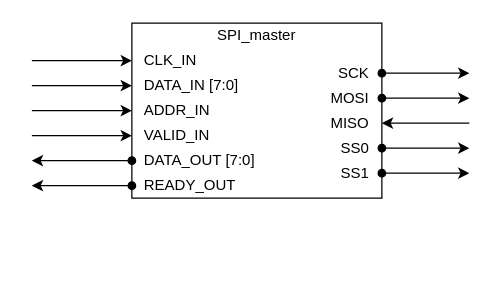
Before: SPI_master/img/SPI_master.drawio in NicolasRochaPacheco/verilog_self, a draw.io diagram. Source tidied: cells renumbered, new cells numbered last; positions are measured from the earlier drawing's top-left corner, leaving out a move shared by most shapes. Both pictures are drawn from the tidied source at 125%, with x=0, y=0 at pixel (31, 22).
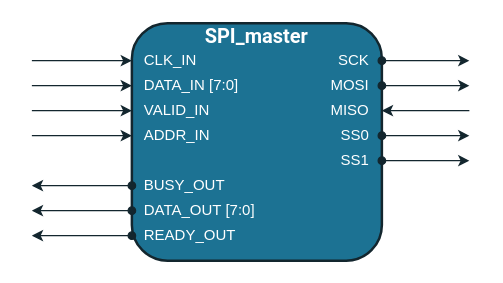
The same diagram, later.

Commit message (it also covers changes not shown here):
Changed ports definitions for block diagram

What changed in the source:
```diff
@@
-    <mxCell id="2" style="rounded=0;whiteSpace=wrap;html=1;" parent="1" vertex="1">
-      <mxGeometry x="80" width="200" height="140" as="geometry" />
+    <mxCell id="2" style="rounded=1;whiteSpace=wrap;html=1;fontFamily=Poppins;fillColor=#1C7293;strokeColor=#13262E;strokeWidth=2;" parent="1" vertex="1">
+      <mxGeometry x="80" width="200" height="190" as="geometry" />
     </mxCell>
-    <mxCell id="3" style="edgeStyle=orthogonalEdgeStyle;rounded=0;jettySize=auto;html=1;startArrow=oval;startFill=1;" parent="1" edge="1" source="19">
+    <mxCell id="3" style="edgeStyle=orthogonalEdgeStyle;rounded=0;jettySize=auto;html=1;startArrow=oval;startFill=1;jumpSize=6;strokeColor=#13262E;" parent="1" edge="1" source="19">
       <mxGeometry relative="1" as="geometry">
-        <mxPoint x="350" y="40" as="targetPoint" />
+        <mxPoint x="350" y="30" as="targetPoint" />
       </mxGeometry>
     </mxCell>
-    <mxCell id="4" style="edgeStyle=orthogonalEdgeStyle;rounded=0;jettySize=auto;html=1;startArrow=oval;startFill=1;" parent="1" edge="1" source="20">
+    <mxCell id="4" style="edgeStyle=orthogonalEdgeStyle;rounded=0;jettySize=auto;html=1;startArrow=oval;startFill=1;jumpSize=6;strokeColor=#13262E;" parent="1" edge="1" source="20">
       <mxGeometry relative="1" as="geometry">
-        <mxPoint x="350" y="60" as="targetPoint" />
+        <mxPoint x="350" y="50" as="targetPoint" />
       </mxGeometry>
     </mxCell>
-    <mxCell id="5" style="edgeStyle=orthogonalEdgeStyle;rounded=0;jettySize=auto;html=1;startArrow=classic;startFill=1;endArrow=none;endFill=0;" parent="1" edge="1" source="21">
+    <mxCell id="5" style="edgeStyle=orthogonalEdgeStyle;rounded=0;jettySize=auto;html=1;startArrow=classic;startFill=1;endArrow=none;endFill=0;strokeColor=#13262E;" parent="1" edge="1" source="21">
       <mxGeometry relative="1" as="geometry">
-        <mxPoint x="350" y="80" as="targetPoint" />
+        <mxPoint x="350" y="70" as="targetPoint" />
       </mxGeometry>
     </mxCell>
-    <mxCell id="6" style="edgeStyle=orthogonalEdgeStyle;rounded=0;jettySize=auto;html=1;startArrow=oval;startFill=1;" parent="1" edge="1" source="22">
+    <mxCell id="6" style="edgeStyle=orthogonalEdgeStyle;rounded=0;jettySize=auto;html=1;startArrow=oval;startFill=1;jumpSize=6;strokeColor=#13262E;" parent="1" edge="1" source="22">
       <mxGeometry relative="1" as="geometry">
-        <mxPoint x="350" y="100" as="targetPoint" />
+        <mxPoint x="350" y="90" as="targetPoint" />
       </mxGeometry>
     </mxCell>
-    <mxCell id="7" style="edgeStyle=orthogonalEdgeStyle;rounded=0;jettySize=auto;html=1;startArrow=oval;startFill=1;" parent="1" edge="1" source="23">
+    <mxCell id="7" style="edgeStyle=orthogonalEdgeStyle;rounded=0;jettySize=auto;html=1;startArrow=oval;startFill=1;exitX=1;exitY=0.5;exitDx=0;exitDy=0;jumpSize=6;strokeColor=#13262E;" parent="1" edge="1" source="23">
       <mxGeometry relative="1" as="geometry">
-        <mxPoint x="350" y="120" as="targetPoint" />
+        <mxPoint x="350" y="110" as="targetPoint" />
         <Array as="points">
-          <mxPoint x="350" y="120" />
+          <mxPoint x="310" y="110" />
+          <mxPoint x="310" y="110" />
         </Array>
       </mxGeometry>
     </mxCell>
-    <mxCell id="8" style="edgeStyle=orthogonalEdgeStyle;rounded=0;jettySize=auto;html=1;startArrow=classic;startFill=1;endArrow=none;endFill=0;" parent="1" edge="1" source="9">
+    <mxCell id="8" style="edgeStyle=orthogonalEdgeStyle;rounded=0;jettySize=auto;html=1;startArrow=classic;startFill=1;endArrow=none;endFill=0;strokeColor=#13262E;" parent="1" edge="1" source="9">
       <mxGeometry relative="1" as="geometry">
         <mxPoint y="50" as="targetPoint" />
       </mxGeometry>
     </mxCell>
-    <mxCell id="9" value="DATA_IN [7:0]" style="text;html=1;strokeColor=none;fillColor=none;align=left;verticalAlign=middle;whiteSpace=wrap;rounded=0;spacing=0;spacingLeft=10;" parent="1" vertex="1">
+    <mxCell id="9" value="DATA_IN [7:0]" style="text;html=1;strokeColor=none;fillColor=none;align=left;verticalAlign=middle;whiteSpace=wrap;rounded=0;spacing=0;spacingLeft=10;fontFamily=Poppins;fontColor=#FFFFFF;" parent="1" vertex="1">
       <mxGeometry x="80" y="40" width="120" height="20" as="geometry" />
     </mxCell>
-    <mxCell id="10" style="edgeStyle=orthogonalEdgeStyle;rounded=0;jettySize=auto;html=1;startArrow=oval;startFill=1;endArrow=classic;endFill=1;" parent="1" edge="1" source="11">
+    <mxCell id="10" style="edgeStyle=orthogonalEdgeStyle;rounded=0;jettySize=auto;html=1;startArrow=oval;startFill=1;endArrow=classic;endFill=1;strokeColor=#13262E;" parent="1" edge="1" source="11">
       <mxGeometry relative="1" as="geometry">
-        <mxPoint y="110" as="targetPoint" />
+        <mxPoint y="150" as="targetPoint" />
       </mxGeometry>
     </mxCell>
-    <mxCell id="11" value="DATA_OUT [7:0]" style="text;html=1;strokeColor=none;fillColor=none;align=left;verticalAlign=middle;whiteSpace=wrap;rounded=0;spacing=0;spacingLeft=10;" parent="1" vertex="1">
-      <mxGeometry x="80" y="100" width="120" height="20" as="geometry" />
+    <mxCell id="11" value="DATA_OUT [7:0]" style="text;html=1;strokeColor=none;fillColor=none;align=left;verticalAlign=middle;whiteSpace=wrap;rounded=0;spacing=0;spacingLeft=10;fontFamily=Poppins;fontColor=#FFFFFF;" parent="1" vertex="1">
+      <mxGeometry x="80" y="140" width="120" height="20" as="geometry" />
     </mxCell>
-    <mxCell id="12" style="edgeStyle=orthogonalEdgeStyle;rounded=0;jettySize=auto;html=1;startArrow=classic;startFill=1;endArrow=none;endFill=0;" parent="1" edge="1" source="13">
+    <mxCell id="12" style="edgeStyle=orthogonalEdgeStyle;rounded=0;jettySize=auto;html=1;startArrow=classic;startFill=1;endArrow=none;endFill=0;strokeColor=#13262E;" parent="1" edge="1" source="13">
       <mxGeometry relative="1" as="geometry">
         <mxPoint y="70" as="targetPoint" />
       </mxGeometry>
     </mxCell>
-    <mxCell id="13" value="ADDR_IN" style="text;html=1;strokeColor=none;fillColor=none;align=left;verticalAlign=middle;whiteSpace=wrap;rounded=0;spacing=0;spacingLeft=10;" parent="1" vertex="1">
+    <mxCell id="13" value="VALID_IN" style="text;html=1;strokeColor=none;fillColor=none;align=left;verticalAlign=middle;whiteSpace=wrap;rounded=0;spacing=0;spacingLeft=10;fontFamily=Poppins;fontColor=#FFFFFF;" parent="1" vertex="1">
       <mxGeometry x="80" y="60" width="120" height="20" as="geometry" />
     </mxCell>
-    <mxCell id="14" style="edgeStyle=orthogonalEdgeStyle;rounded=0;jettySize=auto;html=1;startArrow=classic;startFill=1;endArrow=none;endFill=0;" parent="1" edge="1" source="15">
-      <mxGeometry relative="1" as="geometry">
-        <mxPoint y="90" as="targetPoint" />
-      </mxGeometry>
-    </mxCell>
-    <mxCell id="15" value="VALID_IN" style="text;html=1;strokeColor=none;fillColor=none;align=left;verticalAlign=middle;whiteSpace=wrap;rounded=0;spacing=0;spacingLeft=10;" parent="1" vertex="1">
-      <mxGeometry x="80" y="80" width="120" height="20" as="geometry" />
-    </mxCell>
-    <mxCell id="16" style="edgeStyle=orthogonalEdgeStyle;rounded=0;jettySize=auto;html=1;startArrow=oval;startFill=1;endArrow=classic;endFill=1;" parent="1" edge="1" source="17">
+    <mxCell id="16" style="edgeStyle=orthogonalEdgeStyle;rounded=0;jettySize=auto;html=1;startArrow=oval;startFill=1;endArrow=classic;endFill=1;strokeColor=#13262E;" parent="1" edge="1" source="17">
       <mxGeometry relative="1" as="geometry">
-        <mxPoint y="130" as="targetPoint" />
+        <mxPoint y="170" as="targetPoint" />
       </mxGeometry>
     </mxCell>
-    <mxCell id="17" value="READY_OUT" style="text;html=1;strokeColor=none;fillColor=none;align=left;verticalAlign=middle;whiteSpace=wrap;rounded=0;spacing=0;spacingLeft=10;" parent="1" vertex="1">
-      <mxGeometry x="80" y="120" width="120" height="20" as="geometry" />
+    <mxCell id="17" value="READY_OUT" style="text;html=1;strokeColor=none;fillColor=none;align=left;verticalAlign=middle;whiteSpace=wrap;rounded=0;spacing=0;spacingLeft=10;fontFamily=Poppins;fontColor=#FFFFFF;" parent="1" vertex="1">
+      <mxGeometry x="80" y="160" width="120" height="20" as="geometry" />
     </mxCell>
-    <mxCell id="18" style="group;" parent="1" vertex="1">
-      <mxGeometry x="200" y="30" width="80" height="100" as="geometry" />
-    </mxCell>
+    <mxCell id="24" style="edgeStyle=orthogonalEdgeStyle;rounded=0;jettySize=auto;html=1;startArrow=classic;startFill=1;endArrow=none;endFill=0;strokeColor=#13262E;" parent="1" edge="1" source="25">
+      <mxGeometry relative="1" as="geometry">
+        <mxPoint y="30" as="targetPoint" />
+      </mxGeometry>
+    </mxCell>
+    <mxCell id="25" value="CLK_IN" style="text;html=1;strokeColor=none;fillColor=none;align=left;verticalAlign=middle;whiteSpace=wrap;rounded=0;spacing=0;spacingLeft=10;fontFamily=Poppins;fontColor=#FFFFFF;" parent="1" vertex="1">
+      <mxGeometry x="80" y="20" width="120" height="20" as="geometry" />
+    </mxCell>
+    <mxCell id="26" value="&lt;font style=&quot;font-size: 16px;&quot;&gt;SPI_master&lt;/font&gt;" style="text;html=1;strokeColor=none;fillColor=none;align=center;verticalAlign=middle;whiteSpace=wrap;rounded=0;fontFamily=Roboto;FType=g;fontStyle=1;fontColor=#FFFFFF;fontSize=16;" parent="1" vertex="1">
+      <mxGeometry x="160" width="40" height="20" as="geometry" />
+    </mxCell>
+    <mxCell id="27" style="edgeStyle=orthogonalEdgeStyle;rounded=0;jettySize=auto;html=1;startArrow=oval;startFill=1;strokeColor=#13262E;" parent="1" edge="1" source="28">
+      <mxGeometry relative="1" as="geometry">
+        <mxPoint y="130" as="targetPoint" />
+      </mxGeometry>
+    </mxCell>
+    <mxCell id="28" value="BUSY_OUT" style="text;html=1;strokeColor=none;fillColor=none;align=left;verticalAlign=middle;whiteSpace=wrap;rounded=0;spacing=0;spacingLeft=10;fontFamily=Poppins;fontColor=#FFFFFF;" parent="1" vertex="1">
+      <mxGeometry x="80" y="120" width="120" height="20" as="geometry" />
+    </mxCell>
+    <mxCell id="29" style="edgeStyle=orthogonalEdgeStyle;rounded=0;jettySize=auto;html=1;startArrow=classic;startFill=1;endArrow=none;endFill=0;strokeColor=#13262E;" parent="1" edge="1" source="30">
+      <mxGeometry relative="1" as="geometry">
+        <mxPoint y="90" as="targetPoint" />
+      </mxGeometry>
+    </mxCell>
+    <mxCell id="30" value="ADDR_IN" style="text;html=1;strokeColor=none;fillColor=none;align=left;verticalAlign=middle;whiteSpace=wrap;rounded=0;spacing=0;spacingLeft=10;fontFamily=Poppins;fontColor=#FFFFFF;" parent="1" vertex="1">
+      <mxGeometry x="80" y="80" width="120" height="20" as="geometry" />
+    </mxCell>
-    <mxCell id="19" value="SCK" style="text;html=1;strokeColor=none;fillColor=none;align=right;verticalAlign=middle;whiteSpace=wrap;rounded=0;spacing=0;spacingRight=10;" parent="18" vertex="1">
-      <mxGeometry width="80" height="20" as="geometry" />
+    <mxCell id="19" value="SCK" style="text;html=1;strokeColor=none;fillColor=none;align=right;verticalAlign=middle;whiteSpace=wrap;rounded=0;spacing=0;spacingRight=10;fontFamily=Poppins;fontColor=#FFFFFF;" parent="1" vertex="1">
+      <mxGeometry x="200" y="20" width="80" height="20" as="geometry" />
     </mxCell>
-    <mxCell id="20" value="MOSI" style="text;html=1;strokeColor=none;fillColor=none;align=right;verticalAlign=middle;whiteSpace=wrap;rounded=0;spacing=0;spacingRight=10;" parent="18" vertex="1">
-      <mxGeometry y="20" width="80" height="20" as="geometry" />
+    <mxCell id="20" value="MOSI" style="text;html=1;strokeColor=none;fillColor=none;align=right;verticalAlign=middle;whiteSpace=wrap;rounded=0;spacing=0;spacingRight=10;fontFamily=Poppins;fontColor=#FFFFFF;" parent="1" vertex="1">
+      <mxGeometry x="200" y="40" width="80" height="20" as="geometry" />
     </mxCell>
-    <mxCell id="21" value="MISO" style="text;html=1;strokeColor=none;fillColor=none;align=right;verticalAlign=middle;whiteSpace=wrap;rounded=0;spacing=0;spacingRight=10;" parent="18" vertex="1">
-      <mxGeometry y="40" width="80" height="20" as="geometry" />
+    <mxCell id="21" value="MISO" style="text;html=1;strokeColor=none;fillColor=none;align=right;verticalAlign=middle;whiteSpace=wrap;rounded=0;spacing=0;spacingRight=10;fontFamily=Poppins;fontColor=#FFFFFF;" parent="1" vertex="1">
+      <mxGeometry x="200" y="60" width="80" height="20" as="geometry" />
     </mxCell>
-    <mxCell id="22" value="SS0" style="text;html=1;strokeColor=none;fillColor=none;align=right;verticalAlign=middle;whiteSpace=wrap;rounded=0;spacing=0;spacingRight=10;" parent="18" vertex="1">
-      <mxGeometry y="60" width="80" height="20" as="geometry" />
+    <mxCell id="22" value="SS0" style="text;html=1;strokeColor=none;fillColor=none;align=right;verticalAlign=middle;whiteSpace=wrap;rounded=0;spacing=0;spacingRight=10;fontFamily=Poppins;fontColor=#FFFFFF;" parent="1" vertex="1">
+      <mxGeometry x="200" y="80" width="80" height="20" as="geometry" />
     </mxCell>
-    <mxCell id="23" value="SS1" style="text;html=1;strokeColor=none;fillColor=none;align=right;verticalAlign=middle;whiteSpace=wrap;rounded=0;spacing=0;spacingRight=10;" parent="18" vertex="1">
-      <mxGeometry y="80" width="80" height="20" as="geometry" />
+    <mxCell id="23" value="SS1" style="text;html=1;strokeColor=none;fillColor=none;align=right;verticalAlign=middle;whiteSpace=wrap;rounded=0;spacing=0;spacingRight=10;fontFamily=Poppins;fontColor=#FFFFFF;" parent="1" vertex="1">
+      <mxGeometry x="200" y="100" width="80" height="20" as="geometry" />
     </mxCell>
-    <mxCell id="24" style="edgeStyle=orthogonalEdgeStyle;rounded=0;jettySize=auto;html=1;startArrow=classic;startFill=1;endArrow=none;endFill=0;" parent="1" edge="1" source="25">
-      <mxGeometry relative="1" as="geometry">
-        <mxPoint y="30" as="targetPoint" />
-      </mxGeometry>
-    </mxCell>
-    <mxCell id="25" value="CLK_IN" style="text;html=1;strokeColor=none;fillColor=none;align=left;verticalAlign=middle;whiteSpace=wrap;rounded=0;spacing=0;spacingLeft=10;" parent="1" vertex="1">
-      <mxGeometry x="80" y="20" width="120" height="20" as="geometry" />
-    </mxCell>
-    <mxCell id="26" value="SPI_master" style="text;html=1;strokeColor=none;fillColor=none;align=center;verticalAlign=middle;whiteSpace=wrap;rounded=0;" parent="1" vertex="1">
-      <mxGeometry x="160" width="40" height="20" as="geometry" />
-    </mxCell>
```
